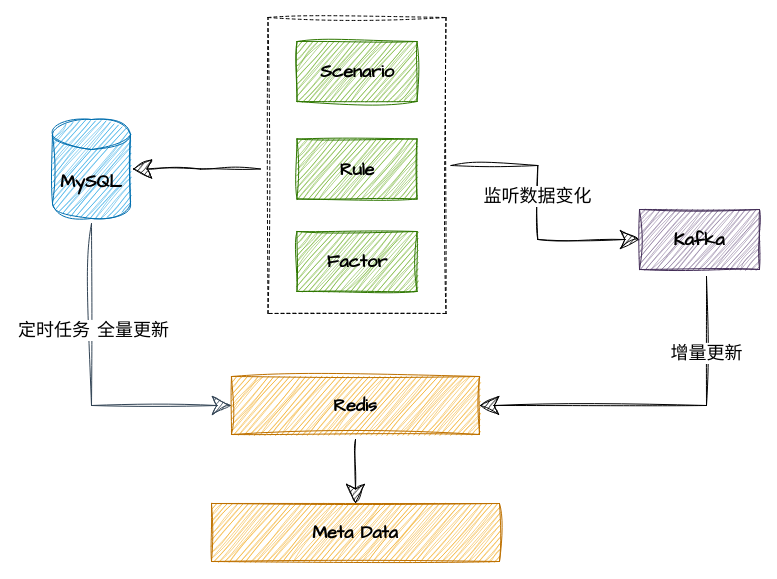
Earlier version of the draw.io diagram 因子血缘整体架构.drawio (Pumpkin9841/pictures). Source tidied: cells renumbered, new cells numbered last; positions are measured from the earlier drawing's top-left corner, leaving out a move shared by most shapes. Both pictures are drawn from the tidied source at 100%, with x=0, y=0 at pixel (52, 17).
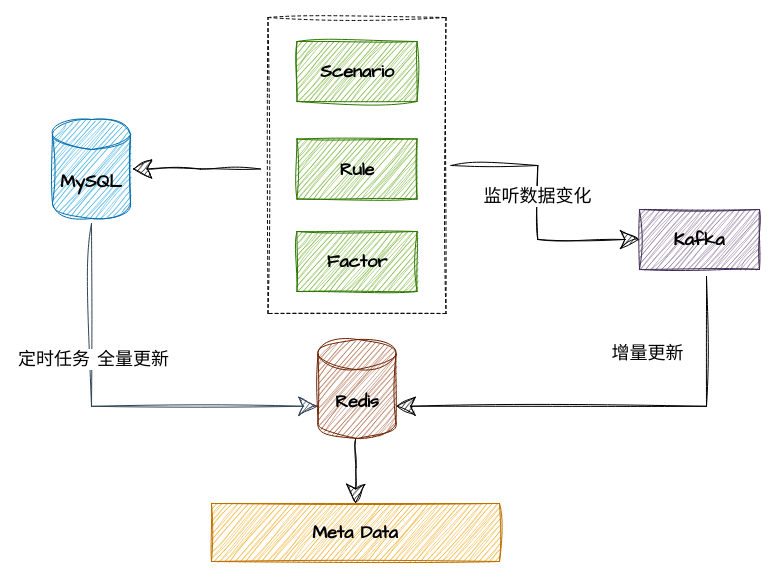
Above is the later version.

Commit message:
更新因子血缘整体架构.drawio

The change refers to these unchanged cells:
```xml
<mxCell id="8" value="&lt;h4&gt;&lt;font face=&quot;Comic Sans MS&quot; style=&quot;font-size: 18px;&quot; color=&quot;#000000&quot;&gt;MySQL&lt;/font&gt;&lt;/h4&gt;" style="shape=cylinder3;whiteSpace=wrap;html=1;boundedLbl=1;backgroundOutline=1;size=15;sketch=1;curveFitting=1;jiggle=2;shadow=0;fillColor=#1ba1e2;strokeColor=#006EAF;fontColor=#ffffff;" parent="1" vertex="1">
  <mxGeometry y="102" width="78" height="99" as="geometry" />
</mxCell>
<mxCell id="16" value="&lt;h4 style=&quot;border-color: var(--border-color);&quot;&gt;&lt;font style=&quot;border-color: var(--border-color); font-size: 18px;&quot; face=&quot;Comic Sans MS&quot; color=&quot;#000000&quot;&gt;Kafka&lt;/font&gt;&lt;/h4&gt;" style="rounded=0;whiteSpace=wrap;html=1;sketch=1;curveFitting=1;jiggle=2;glass=0;shadow=0;fillColor=#76608a;fontColor=#ffffff;strokeColor=#432D57;" parent="1" vertex="1">
  <mxGeometry x="587" y="192" width="120" height="60" as="geometry" />
</mxCell>
<mxCell id="17" value="&lt;h4 style=&quot;border-color: var(--border-color);&quot;&gt;&lt;font style=&quot;border-color: var(--border-color); font-size: 18px;&quot; face=&quot;Comic Sans MS&quot; color=&quot;#000000&quot;&gt;Meta Data&lt;/font&gt;&lt;/h4&gt;" style="rounded=0;whiteSpace=wrap;html=1;sketch=1;curveFitting=1;jiggle=2;glass=0;shadow=0;fillColor=#f0a30a;strokeColor=#BD7000;fontColor=#000000;" parent="1" vertex="1">
  <mxGeometry x="159" y="486" width="288" height="58" as="geometry" />
</mxCell>
```

The edit, as a diff of the source:
```diff
@@
-    <mxCell id="5" style="edgeStyle=orthogonalEdgeStyle;jettySize=auto;html=1;entryX=0;entryY=0.5;entryDx=0;entryDy=0;sketch=1;curveFitting=1;jiggle=2;shadow=0;fillColor=#647687;strokeColor=#314354;rounded=0;jumpStyle=none;endSize=17;targetPerimeterSpacing=10;sourcePerimeterSpacing=5;startSize=10;" parent="1" edge="1" source="8" target="13">
+    <mxCell id="5" style="edgeStyle=orthogonalEdgeStyle;jettySize=auto;html=1;entryX=0;entryY=0;entryDx=0;entryDy=66.75;sketch=1;curveFitting=1;jiggle=2;shadow=0;fillColor=#647687;strokeColor=#314354;rounded=0;jumpStyle=none;endSize=17;targetPerimeterSpacing=10;sourcePerimeterSpacing=5;startSize=10;entryPerimeter=0;" parent="1" edge="1" source="8" target="13">
       <mxGeometry relative="1" as="geometry">
         <Array as="points">
-          <mxPoint x="39" y="388" />
+          <mxPoint x="39" y="389" />
         </Array>
       </mxGeometry>
     </mxCell>
@@
-    <mxCell id="12" style="edgeStyle=orthogonalEdgeStyle;rounded=0;jettySize=auto;html=1;entryX=0.5;entryY=0;entryDx=0;entryDy=0;targetPerimeterSpacing=10;sketch=1;curveFitting=1;jiggle=2;endSize=17;sourcePerimeterSpacing=5;startSize=10;" parent="1" edge="1" source="13" target="17">
-      <mxGeometry relative="1" as="geometry" />
+    <mxCell id="12" style="edgeStyle=orthogonalEdgeStyle;rounded=0;jettySize=auto;html=1;entryX=0.5;entryY=0;entryDx=0;entryDy=0;targetPerimeterSpacing=10;sketch=1;curveFitting=1;jiggle=2;endSize=17;sourcePerimeterSpacing=5;startSize=10;" parent="1" edge="1" target="17">
+      <mxGeometry relative="1" as="geometry">
+        <mxPoint x="303" y="422" as="sourcePoint" />
+      </mxGeometry>
     </mxCell>
-    <mxCell id="13" value="&lt;h4 style=&quot;border-color: var(--border-color);&quot;&gt;&lt;font style=&quot;border-color: var(--border-color); font-size: 18px;&quot; face=&quot;Comic Sans MS&quot; color=&quot;#000000&quot;&gt;Redis&lt;/font&gt;&lt;/h4&gt;" style="rounded=0;whiteSpace=wrap;html=1;sketch=1;curveFitting=1;jiggle=2;glass=0;shadow=0;fillColor=#f0a30a;strokeColor=#BD7000;fontColor=#000000;" parent="1" vertex="1">
-      <mxGeometry x="179" y="359" width="248" height="58" as="geometry" />
-    </mxCell>
-    <mxCell id="14" style="edgeStyle=orthogonalEdgeStyle;rounded=0;jettySize=auto;html=1;targetPerimeterSpacing=4;sketch=1;curveFitting=1;jiggle=2;endSize=17;sourcePerimeterSpacing=7;startSize=10;entryX=1;entryY=0.5;entryDx=0;entryDy=0;" parent="1" edge="1" source="16" target="13">
+    <mxCell id="14" style="edgeStyle=orthogonalEdgeStyle;rounded=0;jettySize=auto;html=1;targetPerimeterSpacing=4;sketch=1;curveFitting=1;jiggle=2;endSize=17;sourcePerimeterSpacing=7;startSize=10;entryX=1;entryY=0;entryDx=0;entryDy=66.75;entryPerimeter=0;" parent="1" edge="1" source="16" target="13">
       <mxGeometry relative="1" as="geometry">
         <Array as="points">
-          <mxPoint x="654" y="388" />
+          <mxPoint x="654" y="389" />
         </Array>
       </mxGeometry>
     </mxCell>
@@
+    <mxCell id="13" value="&lt;h4&gt;&lt;font face=&quot;Comic Sans MS&quot; style=&quot;font-size: 18px;&quot; color=&quot;#000000&quot;&gt;Redis&lt;/font&gt;&lt;/h4&gt;" style="shape=cylinder3;whiteSpace=wrap;html=1;boundedLbl=1;backgroundOutline=1;size=15;sketch=1;curveFitting=1;jiggle=2;shadow=0;fillColor=#a0522d;strokeColor=#6D1F00;fontColor=#ffffff;" parent="1" vertex="1">
+      <mxGeometry x="265.5" y="322" width="78" height="99" as="geometry" />
+    </mxCell>
```
